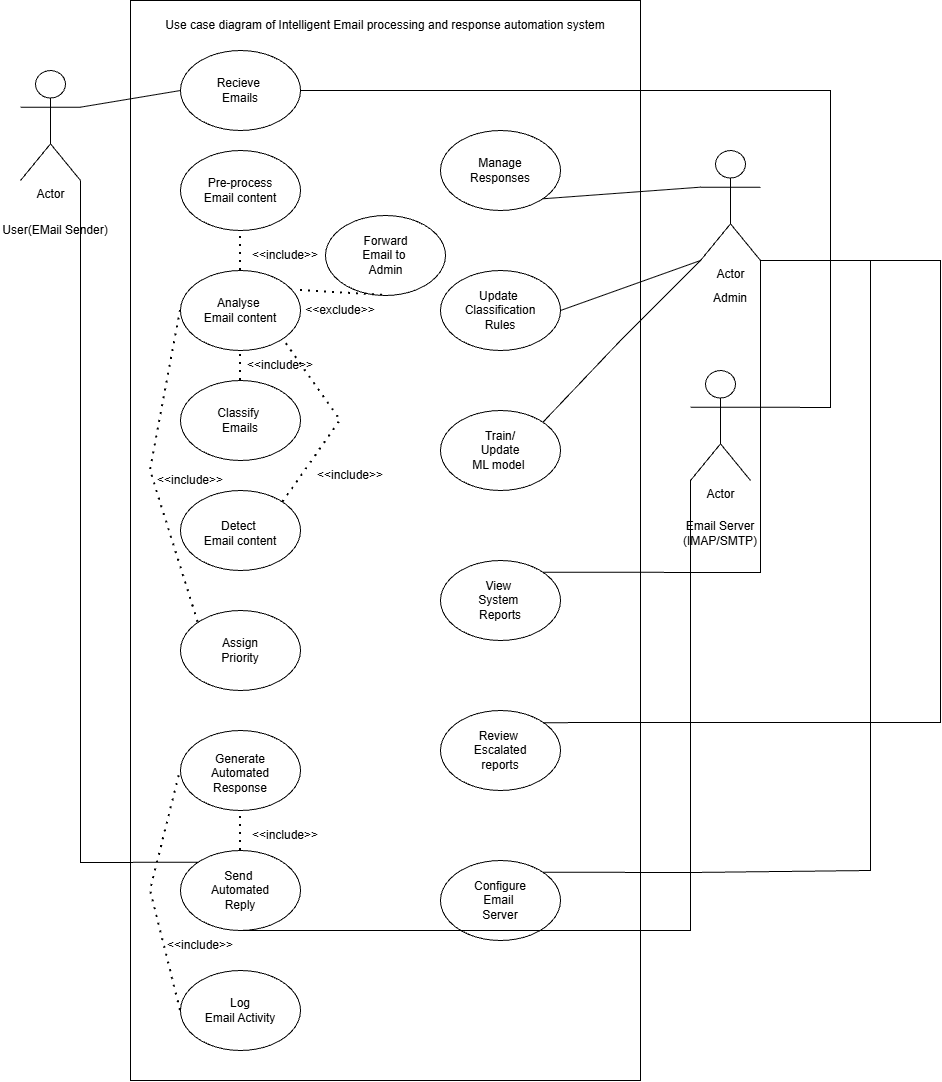
Bhavya1214/CS331 keeps this draw.io diagram as Email Processing.drawio.png. Above is the earlier version. Source tidied: cells renumbered, new cells last; positions are measured from the earlier drawing's top-left corner, leaving out a move shared by most shapes.
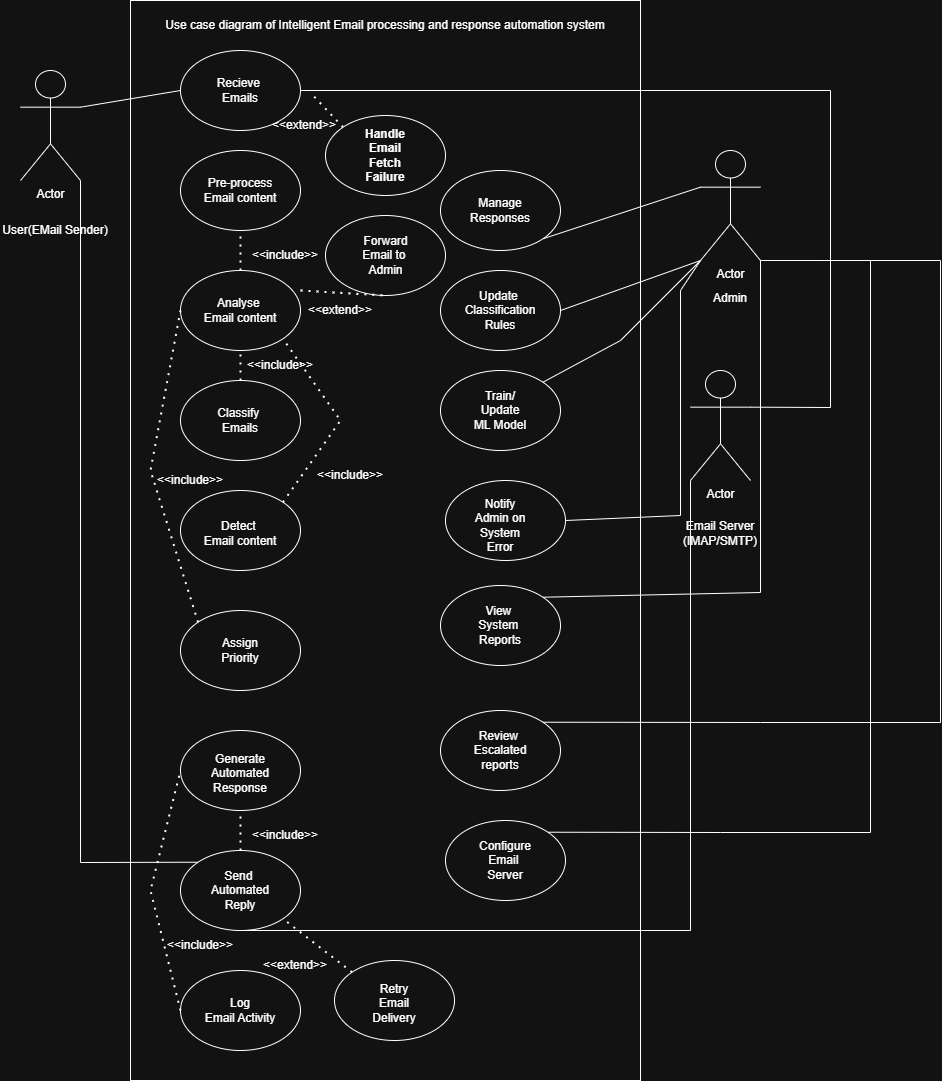
The same file after the commit.

Commit message:
updated email Processing case diagram

Change to the diagram source:
```diff
@@ -36,22 +36,22 @@
       <mxGeometry x="180" y="970" width="120" height="80" as="geometry" />
     </mxCell>
     <mxCell id="13" style="ellipse;whiteSpace=wrap;html=1;" parent="1" vertex="1">
-      <mxGeometry x="440" y="130" width="120" height="80" as="geometry" />
+      <mxGeometry x="440" y="170" width="120" height="80" as="geometry" />
     </mxCell>
     <mxCell id="14" style="ellipse;whiteSpace=wrap;html=1;" parent="1" vertex="1">
       <mxGeometry x="440" y="270" width="120" height="80" as="geometry" />
     </mxCell>
     <mxCell id="15" style="ellipse;whiteSpace=wrap;html=1;" parent="1" vertex="1">
-      <mxGeometry x="440" y="410" width="120" height="80" as="geometry" />
+      <mxGeometry x="440" y="370" width="120" height="80" as="geometry" />
     </mxCell>
     <mxCell id="16" style="ellipse;whiteSpace=wrap;html=1;" parent="1" vertex="1">
-      <mxGeometry x="440" y="560" width="120" height="80" as="geometry" />
+      <mxGeometry x="440" y="585" width="120" height="80" as="geometry" />
     </mxCell>
     <mxCell id="17" style="ellipse;whiteSpace=wrap;html=1;" parent="1" vertex="1">
       <mxGeometry x="440" y="710" width="120" height="80" as="geometry" />
     </mxCell>
     <mxCell id="18" style="ellipse;whiteSpace=wrap;html=1;" parent="1" vertex="1">
-      <mxGeometry x="440" y="860" width="120" height="80" as="geometry" />
+      <mxGeometry x="445" y="820" width="120" height="80" as="geometry" />
     </mxCell>
     <mxCell id="19" value="User(EMail Sender)" style="text;html=1;whiteSpace=wrap;strokeColor=none;fillColor=none;align=center;verticalAlign=middle;rounded=0;" parent="1" vertex="1">
       <mxGeometry y="200" width="110" height="60" as="geometry" />
@@ -84,22 +84,19 @@
       <mxGeometry x="200" y="987.5" width="80" height="45" as="geometry" />
     </mxCell>
     <mxCell id="29" value="Manage&lt;div&gt;Responses&lt;/div&gt;" style="text;html=1;whiteSpace=wrap;strokeColor=none;fillColor=none;align=center;verticalAlign=middle;rounded=0;" parent="1" vertex="1">
-      <mxGeometry x="470" y="155" width="60" height="30" as="geometry" />
+      <mxGeometry x="470" y="195" width="60" height="30" as="geometry" />
     </mxCell>
     <mxCell id="30" value="Update&amp;nbsp;&lt;div&gt;Classification&lt;/div&gt;&lt;div&gt;Rules&lt;/div&gt;" style="text;html=1;whiteSpace=wrap;strokeColor=none;fillColor=none;align=center;verticalAlign=middle;rounded=0;" parent="1" vertex="1">
       <mxGeometry x="470" y="295" width="60" height="30" as="geometry" />
     </mxCell>
-    <mxCell id="31" value="Train/&lt;div&gt;Update ML model&amp;nbsp;&lt;/div&gt;" style="text;html=1;whiteSpace=wrap;strokeColor=none;fillColor=none;align=center;verticalAlign=middle;rounded=0;" parent="1" vertex="1">
-      <mxGeometry x="470" y="435" width="60" height="30" as="geometry" />
-    </mxCell>
     <mxCell id="32" value="View&amp;nbsp;&lt;div&gt;System&amp;nbsp;&lt;/div&gt;&lt;div&gt;Reports&lt;/div&gt;" style="text;html=1;whiteSpace=wrap;strokeColor=none;fillColor=none;align=center;verticalAlign=middle;rounded=0;" parent="1" vertex="1">
-      <mxGeometry x="470" y="585" width="60" height="30" as="geometry" />
+      <mxGeometry x="470" y="610" width="60" height="30" as="geometry" />
     </mxCell>
     <mxCell id="33" value="Review&amp;nbsp;&lt;div&gt;Escalated&lt;/div&gt;&lt;div&gt;reports&lt;/div&gt;" style="text;html=1;whiteSpace=wrap;strokeColor=none;fillColor=none;align=center;verticalAlign=middle;rounded=0;" parent="1" vertex="1">
       <mxGeometry x="470" y="735" width="60" height="30" as="geometry" />
     </mxCell>
     <mxCell id="34" value="Configure&lt;div&gt;Email&amp;nbsp;&lt;/div&gt;&lt;div&gt;Server&lt;/div&gt;" style="text;html=1;whiteSpace=wrap;strokeColor=none;fillColor=none;align=center;verticalAlign=middle;rounded=0;" parent="1" vertex="1">
-      <mxGeometry x="470" y="885" width="60" height="30" as="geometry" />
+      <mxGeometry x="475" y="845" width="60" height="30" as="geometry" />
     </mxCell>
     <mxCell id="35" style="ellipse;whiteSpace=wrap;html=1;" parent="1" vertex="1">
       <mxGeometry x="180" y="150" width="120" height="80" as="geometry" />
@@ -141,7 +138,7 @@
       <mxGeometry relative="1" as="geometry">
         <mxPoint x="760" y="260" as="targetPoint" />
         <Array as="points">
-          <mxPoint x="760" y="572" />
+          <mxPoint x="760" y="592" />
         </Array>
       </mxGeometry>
     </mxCell>
@@ -222,8 +219,8 @@
     <mxCell id="59" style="endArrow=none;html=1;rounded=0;exitX=1;exitY=0;exitDx=0;exitDy=0;entryX=0.773;entryY=-0.182;entryDx=0;entryDy=0;entryPerimeter=0;" parent="1" edge="1" source="18" target="20">
       <mxGeometry relative="1" as="geometry">
         <Array as="points">
-          <mxPoint x="690" y="872" />
-          <mxPoint x="870" y="870" />
+          <mxPoint x="720" y="832" />
+          <mxPoint x="870" y="832" />
           <mxPoint x="870" y="260" />
         </Array>
       </mxGeometry>
@@ -231,7 +228,7 @@
     <mxCell id="60" style="ellipse;whiteSpace=wrap;html=1;" parent="1" vertex="1">
       <mxGeometry x="325" y="215" width="120" height="80" as="geometry" />
     </mxCell>
-    <mxCell id="61" value="&amp;lt;&amp;lt;exclude&amp;gt;&amp;gt;" style="text;html=1;whiteSpace=wrap;strokeColor=none;fillColor=none;align=center;verticalAlign=middle;rounded=0;" parent="1" vertex="1">
+    <mxCell id="61" value="&amp;lt;&amp;lt;extend&amp;gt;&amp;gt;" style="text;html=1;whiteSpace=wrap;strokeColor=none;fillColor=none;align=center;verticalAlign=middle;rounded=0;" parent="1" vertex="1">
       <mxGeometry x="310" y="295" width="60" height="30" as="geometry" />
     </mxCell>
     <mxCell id="62" value="Forward Email to&amp;nbsp;&lt;div&gt;Admin&lt;/div&gt;" style="text;html=1;whiteSpace=wrap;strokeColor=none;fillColor=none;align=center;verticalAlign=middle;rounded=0;" parent="1" vertex="1">
@@ -248,5 +245,47 @@
     <mxCell id="65" value="Use case diagram of Intelligent Email processing and response automation system" style="text;html=1;whiteSpace=wrap;strokeColor=none;fillColor=none;align=center;verticalAlign=middle;rounded=0;" parent="1" vertex="1">
       <mxGeometry x="155" y="10" width="460" height="30" as="geometry" />
     </mxCell>
+    <mxCell id="66" style="ellipse;whiteSpace=wrap;html=1;" parent="1" vertex="1">
+      <mxGeometry x="325" y="115" width="120" height="80" as="geometry" />
+    </mxCell>
+    <mxCell id="67" style="ellipse;whiteSpace=wrap;html=1;" parent="1" vertex="1">
+      <mxGeometry x="334" y="960" width="120" height="80" as="geometry" />
+    </mxCell>
+    <mxCell id="68" style="ellipse;whiteSpace=wrap;html=1;" parent="1" vertex="1">
+      <mxGeometry x="445" y="480" width="120" height="80" as="geometry" />
+    </mxCell>
+    <mxCell id="69" value="Notify Admin on System Error" style="text;html=1;whiteSpace=wrap;strokeColor=none;fillColor=none;align=center;verticalAlign=middle;rounded=0;" parent="1" vertex="1">
+      <mxGeometry x="470" y="510" width="60" height="30" as="geometry" />
+    </mxCell>
+    <mxCell id="70" style="endArrow=none;html=1;rounded=0;exitX=1;exitY=0.5;exitDx=0;exitDy=0;" parent="1" edge="1" source="68">
+      <mxGeometry relative="1" as="geometry">
+        <mxPoint x="700" y="260" as="targetPoint" />
+        <Array as="points">
+          <mxPoint x="680" y="515" />
+          <mxPoint x="680" y="290" />
+        </Array>
+      </mxGeometry>
+    </mxCell>
+    <mxCell id="71" value="&lt;strong&gt;Handle Email Fetch Failure&lt;/strong&gt;" style="text;html=1;whiteSpace=wrap;strokeColor=none;fillColor=none;align=center;verticalAlign=middle;rounded=0;" parent="1" vertex="1">
+      <mxGeometry x="355" y="140" width="60" height="30" as="geometry" />
+    </mxCell>
+    <mxCell id="72" value="&amp;lt;&amp;lt;extend&amp;gt;&amp;gt;" style="text;html=1;whiteSpace=wrap;strokeColor=none;fillColor=none;align=center;verticalAlign=middle;rounded=0;" parent="1" vertex="1">
+      <mxGeometry x="274" y="110" width="60" height="30" as="geometry" />
+    </mxCell>
+    <mxCell id="73" style="endArrow=none;dashed=1;html=1;dashPattern=1 3;strokeWidth=2;rounded=0;exitX=0;exitY=0;exitDx=0;exitDy=0;entryX=1.082;entryY=0.526;entryDx=0;entryDy=0;entryPerimeter=0;" parent="1" edge="1" source="66" target="37">
+      <mxGeometry relative="1" as="geometry" />
+    </mxCell>
+    <mxCell id="74" style="endArrow=none;dashed=1;html=1;dashPattern=1 3;strokeWidth=2;rounded=0;exitX=0;exitY=0;exitDx=0;exitDy=0;entryX=1;entryY=1;entryDx=0;entryDy=0;" parent="1" edge="1" source="67" target="11">
+      <mxGeometry relative="1" as="geometry" />
+    </mxCell>
+    <mxCell id="75" value="&amp;lt;&amp;lt;extend&amp;gt;&amp;gt;" style="text;html=1;whiteSpace=wrap;strokeColor=none;fillColor=none;align=center;verticalAlign=middle;rounded=0;" parent="1" vertex="1">
+      <mxGeometry x="265" y="950" width="60" height="30" as="geometry" />
+    </mxCell>
+    <mxCell id="76" value="Retry Email Delivery" style="text;html=1;whiteSpace=wrap;strokeColor=none;fillColor=none;align=center;verticalAlign=middle;rounded=0;" parent="1" vertex="1">
+      <mxGeometry x="364" y="987.5" width="60" height="30" as="geometry" />
+    </mxCell>
+    <mxCell id="77" value="Train/&lt;div&gt;Update ML Model&lt;/div&gt;" style="text;html=1;whiteSpace=wrap;strokeColor=none;fillColor=none;align=center;verticalAlign=middle;rounded=0;" parent="1" vertex="1">
+      <mxGeometry x="470" y="395" width="60" height="30" as="geometry" />
+    </mxCell>
   </root>
 </mxGraphModel>
```
